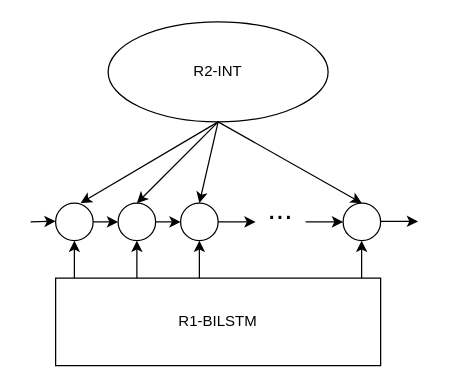
This is Untitled Diagram.drawio from 759262631/Python, a draw.io file, before an edit. Source tidied: cells renumbered, new cells numbered last; positions are measured from the earlier drawing's top-left corner, leaving out a move shared by most shapes. Both pictures are drawn from the tidied source at 125%, with x=0, y=0 at pixel (30, 21).
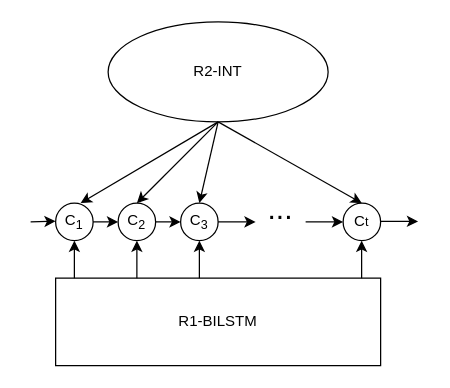
The same diagram, later.

The edit, as a diff of the source:
```diff
@@
-    <mxCell id="3" style="ellipse;whiteSpace=wrap;html=1;" parent="1" vertex="1">
+    <mxCell id="3" value="&lt;font&gt;C&lt;sub&gt;1&lt;/sub&gt;&lt;/font&gt;" style="ellipse;whiteSpace=wrap;html=1;" parent="1" vertex="1">
       <mxGeometry x="20" y="145" width="30" height="30" as="geometry" />
     </mxCell>
-    <mxCell id="4" style="ellipse;whiteSpace=wrap;html=1;" parent="1" vertex="1">
+    <mxCell id="4" value="&lt;span&gt;C&lt;/span&gt;&lt;sub&gt;3&lt;/sub&gt;" style="ellipse;whiteSpace=wrap;html=1;" parent="1" vertex="1">
       <mxGeometry x="120" y="145" width="30" height="30" as="geometry" />
     </mxCell>
-    <mxCell id="5" style="ellipse;whiteSpace=wrap;html=1;" parent="1" vertex="1">
+    <mxCell id="5" value="C&lt;span style=&quot;font-size: 10px&quot;&gt;t&lt;/span&gt;" style="ellipse;whiteSpace=wrap;html=1;" parent="1" vertex="1">
       <mxGeometry x="250" y="145" width="30" height="30" as="geometry" />
     </mxCell>
@@
-    <mxCell id="7" style="ellipse;whiteSpace=wrap;html=1;" parent="1" vertex="1">
+    <mxCell id="7" value="&lt;span&gt;C&lt;/span&gt;&lt;sub&gt;2&lt;/sub&gt;" style="ellipse;whiteSpace=wrap;html=1;" parent="1" vertex="1">
       <mxGeometry x="70" y="145" width="30" height="30" as="geometry" />
     </mxCell>
```
